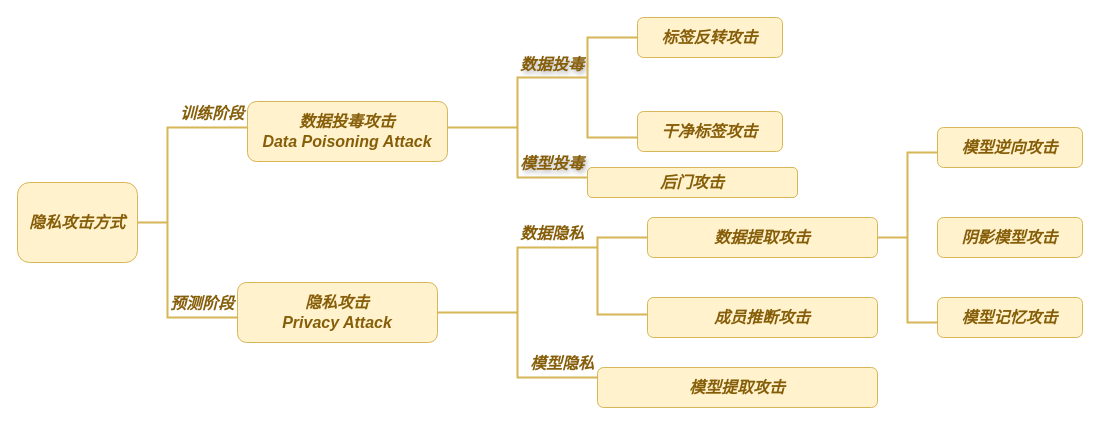
Before: page "第 6 页" (5 of 8) of 未命名绘图.drawio in liangliuqi/whu-program, a draw.io diagram. Source tidied: cells renumbered, new cells numbered last; positions are measured from the earlier drawing's top-left corner, leaving out a move shared by most shapes. Both pictures are drawn from the tidied source at 100%, with x=0, y=0 at pixel (17, 17).
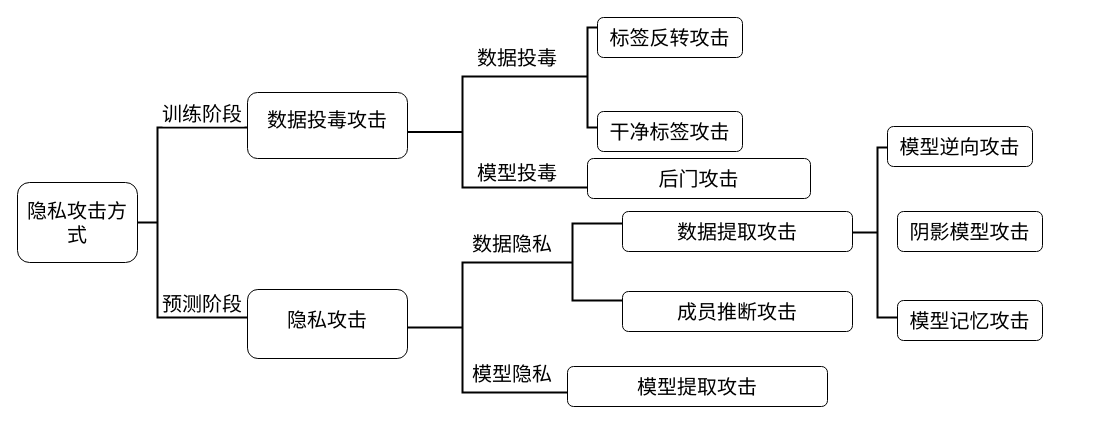
After the change.

Diff of the diagram source:
```diff
@@
-    <mxCell id="2" style="group;" parent="1" vertex="1">
-      <mxGeometry y="31" width="1065" height="359" as="geometry" />
-    </mxCell>
+    <mxCell id="30" style="group;fontSize=20;fontStyle=0;" parent="1" vertex="1">
+      <mxGeometry width="1025" height="389" as="geometry" />
+    </mxCell>
+    <mxCell id="7" style="strokeWidth=2;shape=mxgraph.flowchart.annotation_2;align=center;labelPosition=right;rounded=1;verticalAlign=middle;fontFamily=Helvetica;fontSize=20;fontStyle=0;labelBackgroundColor=default;" parent="30" vertex="1">
+      <mxGeometry x="335" y="245" width="220" height="130" as="geometry" />
+    </mxCell>
+    <mxCell id="13" style="strokeWidth=2;shape=mxgraph.flowchart.annotation_2;align=center;labelPosition=right;rounded=1;verticalAlign=middle;fontFamily=Helvetica;fontSize=20;fontStyle=0;labelBackgroundColor=default;" parent="30" vertex="1">
+      <mxGeometry x="320" y="59" width="250" height="111" as="geometry" />
+    </mxCell>
-    <mxCell id="3" style="strokeWidth=2;shape=mxgraph.flowchart.annotation_2;align=center;labelPosition=right;rounded=1;strokeColor=#D6B656;verticalAlign=middle;fontFamily=Helvetica;fontSize=16;fontColor=#865e09;fillColor=#fff2cc;fontStyle=3;" parent="2" vertex="1">
-      <mxGeometry x="70" y="79" width="160" height="190" as="geometry" />
+    <mxCell id="3" style="strokeWidth=2;shape=mxgraph.flowchart.annotation_2;align=center;labelPosition=right;rounded=1;verticalAlign=middle;fontFamily=Helvetica;fontSize=20;fontStyle=0;labelBackgroundColor=default;" parent="30" vertex="1">
+      <mxGeometry x="50" y="110" width="180" height="190" as="geometry" />
     </mxCell>
-    <mxCell id="4" value="隐私攻击&#10;Privacy Attack" style="rounded=1;whiteSpace=wrap;strokeColor=#D6B656;align=center;verticalAlign=middle;fontFamily=Helvetica;fontSize=16;fontColor=#865e09;fillColor=#fff2cc;fontStyle=3;" parent="2" vertex="1">
-      <mxGeometry x="220" y="234" width="200" height="60" as="geometry" />
+    <mxCell id="4" value="隐私攻击&#10;" style="rounded=1;whiteSpace=wrap;align=center;verticalAlign=bottom;fontFamily=Helvetica;fontSize=20;fontStyle=0;labelBackgroundColor=default;" parent="30" vertex="1">
+      <mxGeometry x="230" y="272" width="160" height="69" as="geometry" />
     </mxCell>
-    <mxCell id="5" value="预测阶段" style="text;align=center;verticalAlign=middle;strokeColor=none;fillColor=none;fontFamily=Helvetica;fontSize=16;fontColor=#865e09;fontStyle=3;" parent="2" vertex="1">
-      <mxGeometry x="140" y="239" width="90" height="30" as="geometry" />
+    <mxCell id="5" value="预测阶段" style="text;align=center;verticalAlign=middle;fontFamily=Helvetica;fontSize=20;fontStyle=0;labelBackgroundColor=none;" parent="30" vertex="1">
+      <mxGeometry x="135" y="265" width="100" height="40" as="geometry" />
     </mxCell>
-    <mxCell id="6" value="数据隐私" style="text;align=center;verticalAlign=middle;strokeColor=none;fillColor=none;fontFamily=Helvetica;fontSize=16;fontColor=#865e09;fontStyle=3;" parent="2" vertex="1">
-      <mxGeometry x="490" y="169" width="90" height="30" as="geometry" />
-    </mxCell>
-    <mxCell id="7" style="strokeWidth=2;shape=mxgraph.flowchart.annotation_2;align=center;labelPosition=right;rounded=1;strokeColor=#D6B656;verticalAlign=middle;fontFamily=Helvetica;fontSize=16;fontColor=#865e09;fillColor=#fff2cc;fontStyle=3;" parent="2" vertex="1">
-      <mxGeometry x="420" y="199" width="160" height="130" as="geometry" />
-    </mxCell>
-    <mxCell id="8" value="隐私攻击方式" style="rounded=1;whiteSpace=wrap;strokeColor=#D6B656;align=center;verticalAlign=middle;fontFamily=Helvetica;fontSize=16;fontColor=#865e09;fillColor=#fff2cc;fontStyle=3;" parent="2" vertex="1">
-      <mxGeometry y="134" width="120" height="80" as="geometry" />
+    <mxCell id="8" value="隐私攻击方式" style="rounded=1;whiteSpace=wrap;align=center;verticalAlign=middle;fontFamily=Helvetica;fontSize=20;fontStyle=0;labelBackgroundColor=default;" parent="30" vertex="1">
+      <mxGeometry y="165" width="120" height="80" as="geometry" />
     </mxCell>
-    <mxCell id="9" value="模型隐私" style="text;align=center;verticalAlign=middle;strokeColor=none;fillColor=none;fontFamily=Helvetica;fontSize=16;fontColor=#865e09;fontStyle=3;" parent="2" vertex="1">
-      <mxGeometry x="500" y="299" width="90" height="30" as="geometry" />
-    </mxCell>
-    <mxCell id="10" value="数据投毒攻击&#10;Data Poisoning Attack" style="rounded=1;whiteSpace=wrap;fillColor=#fff2cc;strokeColor=#D6B656;align=center;verticalAlign=middle;fontFamily=Helvetica;fontSize=16;fontColor=#865e09;fontStyle=3;" parent="2" vertex="1">
-      <mxGeometry x="230" y="53" width="200" height="60" as="geometry" />
+    <mxCell id="10" value="数据投毒攻击&#10;" style="rounded=1;whiteSpace=wrap;align=center;verticalAlign=bottom;fontFamily=Helvetica;fontSize=20;fontStyle=0;labelBackgroundColor=default;" parent="30" vertex="1">
+      <mxGeometry x="230" y="75" width="160" height="66" as="geometry" />
     </mxCell>
-    <mxCell id="11" value="训练阶段" style="text;align=center;verticalAlign=middle;strokeColor=none;fillColor=none;fontFamily=Helvetica;fontSize=16;fontColor=#865e09;fontStyle=3;" parent="2" vertex="1">
-      <mxGeometry x="150" y="49" width="90" height="30" as="geometry" />
+    <mxCell id="11" value="训练阶段" style="text;align=center;verticalAlign=middle;fontFamily=Helvetica;fontSize=20;fontStyle=0;labelBackgroundColor=default;" parent="30" vertex="1">
+      <mxGeometry x="135" y="75" width="100" height="40" as="geometry" />
     </mxCell>
+    <mxCell id="6" value="数据隐私" style="text;align=center;verticalAlign=middle;fontFamily=Helvetica;fontSize=20;fontStyle=0;labelBackgroundColor=default;" parent="30" vertex="1">
+      <mxGeometry x="445" y="205" width="100" height="40" as="geometry" />
+    </mxCell>
+    <mxCell id="9" value="模型隐私" style="text;align=center;verticalAlign=middle;fontFamily=Helvetica;fontSize=20;fontStyle=0;labelBackgroundColor=default;" parent="30" vertex="1">
+      <mxGeometry x="445" y="335" width="100" height="40" as="geometry" />
+    </mxCell>
-    <mxCell id="12" value="数据投毒" style="text;align=center;verticalAlign=middle;strokeColor=none;fillColor=none;fontFamily=Helvetica;fontSize=16;fontColor=#865e09;fontStyle=3;textShadow=1;" parent="2" vertex="1">
-      <mxGeometry x="490" width="90" height="30" as="geometry" />
+    <mxCell id="12" value="数据投毒" style="text;align=center;verticalAlign=middle;fontFamily=Helvetica;fontSize=20;fontStyle=0;textShadow=0;labelBackgroundColor=none;" parent="30" vertex="1">
+      <mxGeometry x="450" y="19" width="100" height="40" as="geometry" />
     </mxCell>
-    <mxCell id="13" style="strokeWidth=2;shape=mxgraph.flowchart.annotation_2;align=center;labelPosition=right;rounded=1;strokeColor=#D6B656;verticalAlign=middle;fontFamily=Helvetica;fontSize=16;fontColor=#865e09;fillColor=#fff2cc;fontStyle=3;" parent="2" vertex="1">
-      <mxGeometry x="430" y="29" width="140" height="100" as="geometry" />
-    </mxCell>
-    <mxCell id="14" style="group;" parent="2" vertex="1">
-      <mxGeometry x="580" y="79" width="485" height="280" as="geometry" />
-    </mxCell>
+    <mxCell id="29" value="模型投毒" style="text;align=center;verticalAlign=middle;fontFamily=Helvetica;fontSize=20;fontStyle=0;textShadow=0;labelBackgroundColor=none;" parent="30" vertex="1">
+      <mxGeometry x="450" y="134" width="100" height="40" as="geometry" />
+    </mxCell>
-    <mxCell id="15" value="模型提取攻击" style="rounded=1;whiteSpace=wrap;strokeColor=#D6B656;align=center;verticalAlign=middle;fontFamily=Helvetica;fontSize=16;fontColor=#865e09;fillColor=#fff2cc;fontStyle=3;" parent="14" vertex="1">
-      <mxGeometry y="240" width="280" height="40" as="geometry" />
+    <mxCell id="15" value="模型提取攻击" style="rounded=1;whiteSpace=wrap;align=center;verticalAlign=middle;fontFamily=Helvetica;fontSize=20;fontStyle=0;labelBackgroundColor=default;" parent="30" vertex="1">
+      <mxGeometry x="550" y="349" width="260" height="40" as="geometry" />
     </mxCell>
+    <mxCell id="20" style="strokeWidth=2;shape=mxgraph.flowchart.annotation_2;align=center;labelPosition=right;rounded=1;verticalAlign=middle;fontFamily=Helvetica;fontSize=20;fontStyle=0;labelBackgroundColor=default;" parent="30" vertex="1">
+      <mxGeometry x="830" y="130" width="60" height="170" as="geometry" />
+    </mxCell>
+    <mxCell id="21" value="模型逆向攻击" style="rounded=1;whiteSpace=wrap;align=center;verticalAlign=middle;fontFamily=Helvetica;fontSize=20;fontStyle=0;labelBackgroundColor=default;" parent="30" vertex="1">
+      <mxGeometry x="870" y="109" width="145" height="40" as="geometry" />
+    </mxCell>
+    <mxCell id="26" value="后门攻击" style="rounded=1;whiteSpace=wrap;align=center;verticalAlign=middle;fontFamily=Helvetica;fontSize=20;fontStyle=0;labelBackgroundColor=default;" parent="30" vertex="1">
+      <mxGeometry x="570" y="141" width="223" height="40" as="geometry" />
+    </mxCell>
+    <mxCell id="31" style="group;fontSize=20;fontStyle=0;" parent="30" vertex="1">
+      <mxGeometry x="570" width="155" height="134" as="geometry" />
+    </mxCell>
+    <mxCell id="25" value="标签反转攻击" style="rounded=1;whiteSpace=wrap;align=center;verticalAlign=middle;fontFamily=Helvetica;fontSize=20;fontStyle=0;labelBackgroundColor=default;" parent="31" vertex="1">
+      <mxGeometry x="10" width="145" height="40" as="geometry" />
+    </mxCell>
+    <mxCell id="27" style="strokeWidth=2;shape=mxgraph.flowchart.annotation_1;align=center;rounded=1;verticalAlign=middle;fontFamily=Helvetica;fontSize=20;fontStyle=0;labelBackgroundColor=default;" parent="31" vertex="1">
+      <mxGeometry y="10" width="10" height="100" as="geometry" />
+    </mxCell>
+    <mxCell id="28" value="干净标签攻击" style="rounded=1;whiteSpace=wrap;align=center;verticalAlign=middle;fontFamily=Helvetica;fontSize=20;fontStyle=0;labelBackgroundColor=default;" parent="31" vertex="1">
+      <mxGeometry x="10" y="94" width="145" height="40" as="geometry" />
+    </mxCell>
-    <mxCell id="16" value="成员推断攻击" style="rounded=1;whiteSpace=wrap;strokeColor=#D6B656;align=center;verticalAlign=middle;fontFamily=Helvetica;fontSize=16;fontColor=#865e09;fillColor=#fff2cc;fontStyle=3;" parent="14" vertex="1">
-      <mxGeometry x="50" y="170" width="230" height="40" as="geometry" />
+    <mxCell id="16" value="成员推断攻击" style="rounded=1;whiteSpace=wrap;align=center;verticalAlign=middle;fontFamily=Helvetica;fontSize=20;fontStyle=0;labelBackgroundColor=default;" parent="30" vertex="1">
+      <mxGeometry x="605" y="274" width="230" height="40" as="geometry" />
     </mxCell>
-    <mxCell id="17" style="strokeWidth=2;shape=mxgraph.flowchart.annotation_1;align=center;rounded=1;strokeColor=#D6B656;verticalAlign=middle;fontFamily=Helvetica;fontSize=16;fontColor=#865e09;fillColor=#fff2cc;fontStyle=3;" parent="14" vertex="1">
-      <mxGeometry y="110" width="50" height="77" as="geometry" />
+    <mxCell id="17" style="strokeWidth=2;shape=mxgraph.flowchart.annotation_1;align=center;rounded=1;verticalAlign=middle;fontFamily=Helvetica;fontSize=20;fontStyle=0;labelBackgroundColor=default;" parent="30" vertex="1">
+      <mxGeometry x="555" y="206" width="50" height="77" as="geometry" />
     </mxCell>
-    <mxCell id="18" style="group;" parent="14" vertex="1">
-      <mxGeometry x="50" width="435" height="210" as="geometry" />
-    </mxCell>
-    <mxCell id="19" value="数据提取攻击" style="rounded=1;whiteSpace=wrap;strokeColor=#D6B656;align=center;verticalAlign=middle;fontFamily=Helvetica;fontSize=16;fontColor=#865e09;fillColor=#fff2cc;fontStyle=3;" parent="18" vertex="1">
-      <mxGeometry y="90" width="230" height="40" as="geometry" />
+    <mxCell id="19" value="数据提取攻击" style="rounded=1;whiteSpace=wrap;align=center;verticalAlign=middle;fontFamily=Helvetica;fontSize=20;fontStyle=0;labelBackgroundColor=default;" parent="30" vertex="1">
+      <mxGeometry x="605" y="194" width="230" height="40" as="geometry" />
     </mxCell>
-    <mxCell id="20" style="strokeWidth=2;shape=mxgraph.flowchart.annotation_2;align=center;labelPosition=right;rounded=1;strokeColor=#D6B656;verticalAlign=middle;fontFamily=Helvetica;fontSize=16;fontColor=#865e09;fillColor=#fff2cc;fontStyle=3;" parent="18" vertex="1">
-      <mxGeometry x="230" y="25" width="60" height="170" as="geometry" />
-    </mxCell>
-    <mxCell id="21" value="模型逆向攻击" style="rounded=1;whiteSpace=wrap;strokeColor=#D6B656;align=center;verticalAlign=middle;fontFamily=Helvetica;fontSize=16;fontColor=#865e09;fillColor=#fff2cc;fontStyle=3;" parent="18" vertex="1">
-      <mxGeometry x="290" width="145" height="40" as="geometry" />
-    </mxCell>
-    <mxCell id="22" value="阴影模型攻击" style="rounded=1;whiteSpace=wrap;strokeColor=#D6B656;align=center;verticalAlign=middle;fontFamily=Helvetica;fontSize=16;fontColor=#865e09;fillColor=#fff2cc;fontStyle=3;" parent="18" vertex="1">
-      <mxGeometry x="290" y="90" width="145" height="40" as="geometry" />
+    <mxCell id="22" value="阴影模型攻击" style="rounded=1;whiteSpace=wrap;align=center;verticalAlign=middle;fontFamily=Helvetica;fontSize=20;fontStyle=0;labelBackgroundColor=default;" parent="30" vertex="1">
+      <mxGeometry x="880" y="194" width="145" height="40" as="geometry" />
     </mxCell>
-    <mxCell id="23" value="模型记忆攻击" style="rounded=1;whiteSpace=wrap;strokeColor=#D6B656;align=center;verticalAlign=middle;fontFamily=Helvetica;fontSize=16;fontColor=#865e09;fillColor=#fff2cc;fontStyle=3;" parent="18" vertex="1">
-      <mxGeometry x="290" y="170" width="145" height="40" as="geometry" />
+    <mxCell id="23" value="模型记忆攻击" style="rounded=1;whiteSpace=wrap;align=center;verticalAlign=middle;fontFamily=Helvetica;fontSize=20;fontStyle=0;labelBackgroundColor=default;" parent="30" vertex="1">
+      <mxGeometry x="880" y="283" width="145" height="40" as="geometry" />
     </mxCell>
-    <mxCell id="24" style="group;" parent="18" vertex="1">
-      <mxGeometry x="-60" y="-110" width="210" height="190" as="geometry" />
-    </mxCell>
-    <mxCell id="25" value="标签反转攻击" style="rounded=1;whiteSpace=wrap;strokeColor=#D6B656;align=center;verticalAlign=middle;fontFamily=Helvetica;fontSize=16;fontColor=#865e09;fillColor=#fff2cc;fontStyle=3;" parent="24" vertex="1">
-      <mxGeometry x="50" width="145" height="40" as="geometry" />
-    </mxCell>
-    <mxCell id="26" value="后门攻击" style="rounded=1;whiteSpace=wrap;strokeColor=#D6B656;align=center;verticalAlign=middle;fontFamily=Helvetica;fontSize=16;fontColor=#865e09;fillColor=#fff2cc;fontStyle=3;" parent="24" vertex="1">
-      <mxGeometry y="150" width="210" height="30" as="geometry" />
-    </mxCell>
-    <mxCell id="27" style="strokeWidth=2;shape=mxgraph.flowchart.annotation_1;align=center;rounded=1;strokeColor=#D6B656;verticalAlign=middle;fontFamily=Helvetica;fontSize=16;fontColor=#865e09;fillColor=#fff2cc;fontStyle=3;" parent="24" vertex="1">
-      <mxGeometry y="20" width="50" height="100" as="geometry" />
-    </mxCell>
-    <mxCell id="28" value="干净标签攻击" style="rounded=1;whiteSpace=wrap;strokeColor=#D6B656;align=center;verticalAlign=middle;fontFamily=Helvetica;fontSize=16;fontColor=#865e09;fillColor=#fff2cc;fontStyle=3;" parent="24" vertex="1">
-      <mxGeometry x="50" y="94" width="145" height="40" as="geometry" />
-    </mxCell>
-    <mxCell id="29" value="模型投毒" style="text;align=center;verticalAlign=middle;strokeColor=none;fillColor=none;fontFamily=Helvetica;fontSize=16;fontColor=#865e09;fontStyle=3;textShadow=1;" parent="2" vertex="1">
-      <mxGeometry x="490" y="99" width="90" height="30" as="geometry" />
-    </mxCell>
```
